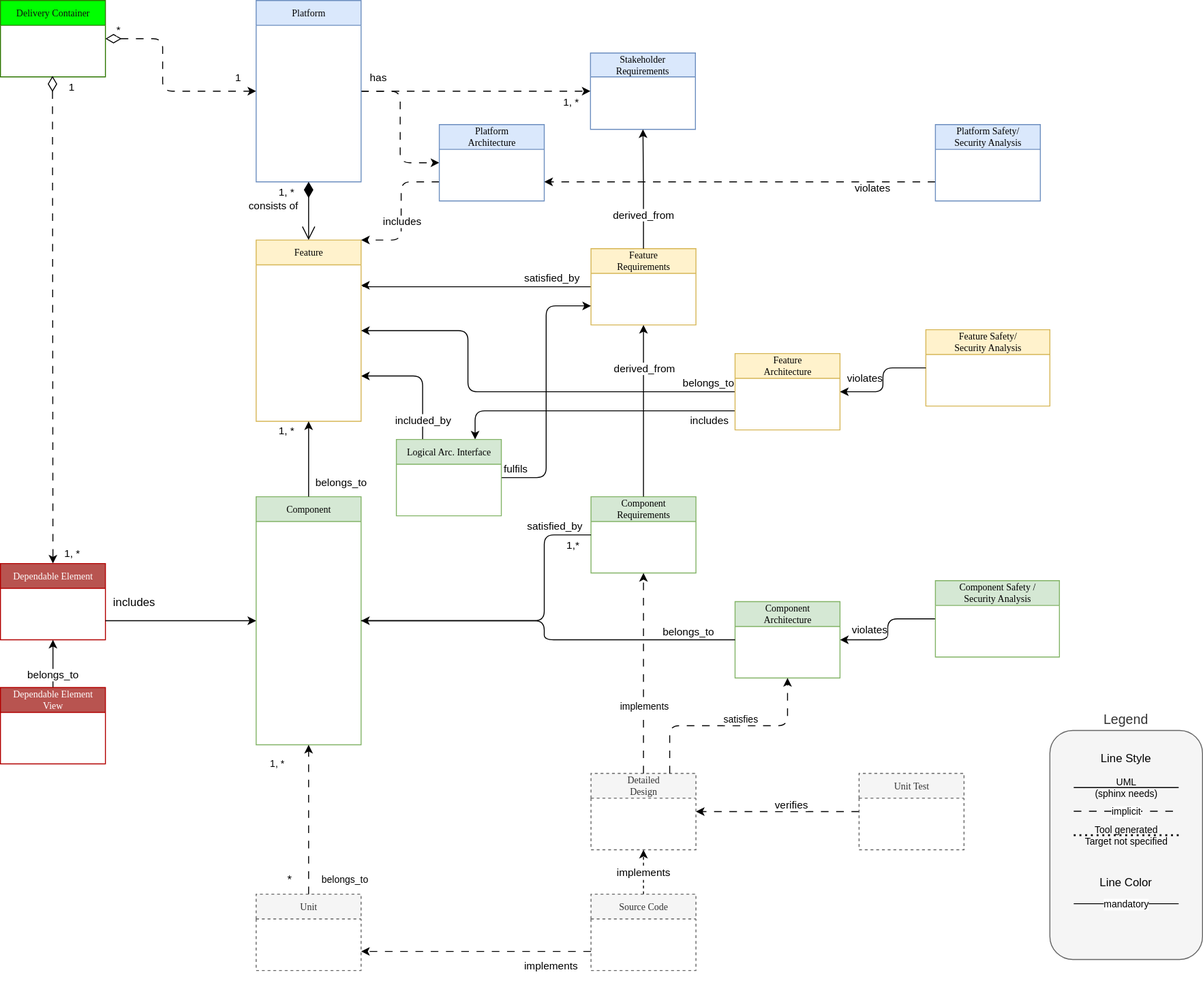
Above: pr-754/_images/score_building_blocks_meta_model_simplified.drawio.svg in eclipse-score/process_description (draw.io), before the change. Source tidied: cells renumbered, new cells last; positions are measured from the earlier drawing's top-left corner, leaving out a move shared by most shapes.
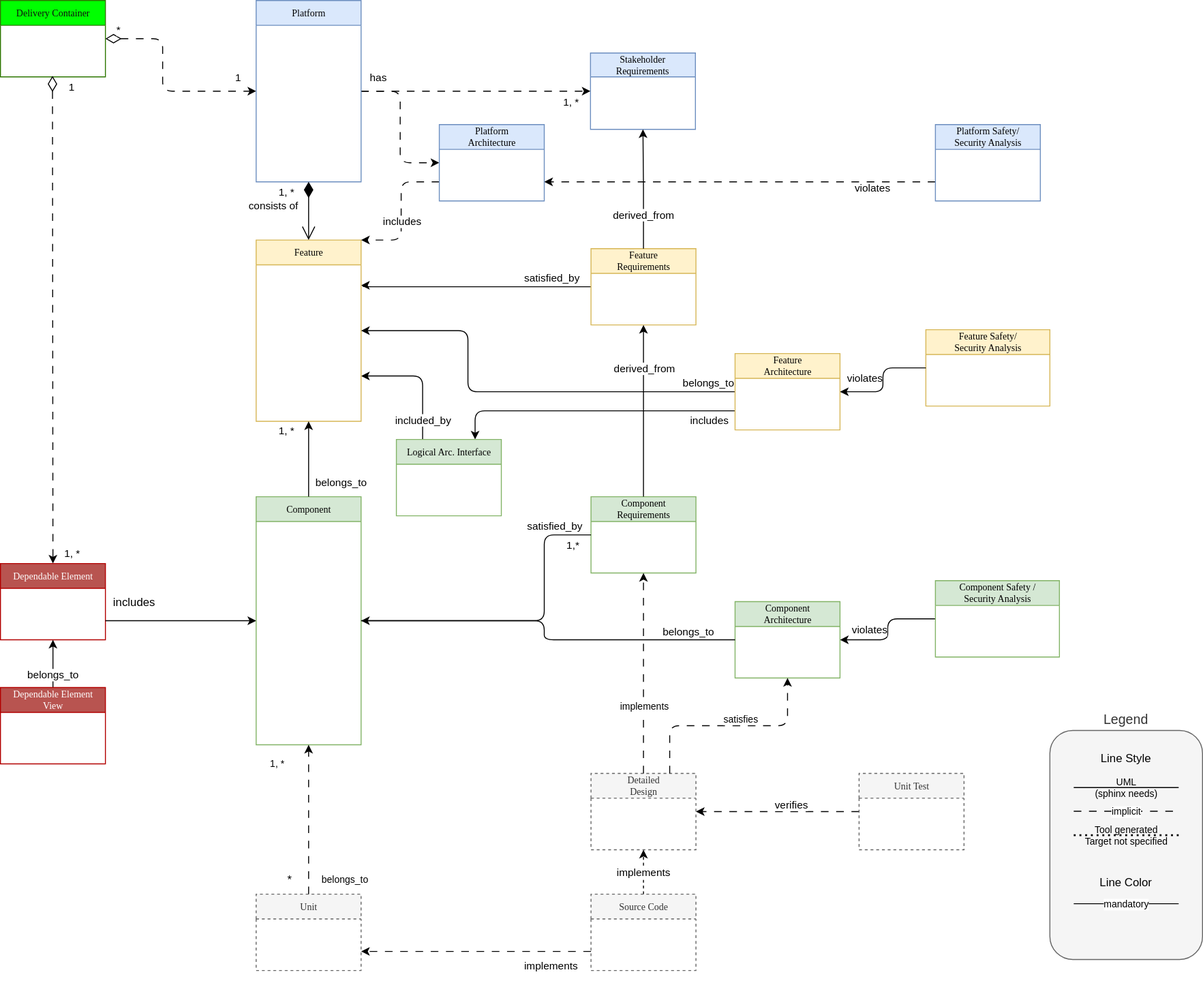
The same file after the commit.

The edit, as a diff of the source:
```diff
@@ -246,9 +246,6 @@
         <mxPoint x="-37" y="-244" as="offset" />
       </mxGeometry>
     </mxCell>
-    <mxCell id="59" value="fulfils" style="edgeStyle=orthogonalEdgeStyle;html=1;entryX=0;entryY=0.75;entryDx=0;entryDy=0;exitX=1;exitY=0.5;exitDx=0;exitDy=0;strokeColor=#000000;verticalAlign=bottom;" parent="1" edge="1" source="60" target="9">
-      <mxGeometry x="-0.89" relative="1" as="geometry" />
-    </mxCell>
     <mxCell id="60" value="Logical Arc. Interface" style="swimlane;html=1;fontStyle=0;horizontal=1;startSize=26;fillColor=#d5e8d4;swimlaneFillColor=#ffffff;rounded=0;shadow=0;comic=0;labelBackgroundColor=none;strokeWidth=1;fontFamily=Verdana;fontSize=10;align=center;strokeColor=#82b366;" parent="1" vertex="1">
       <mxGeometry x="415" y="460" width="110" height="80" as="geometry" />
     </mxCell>
```
